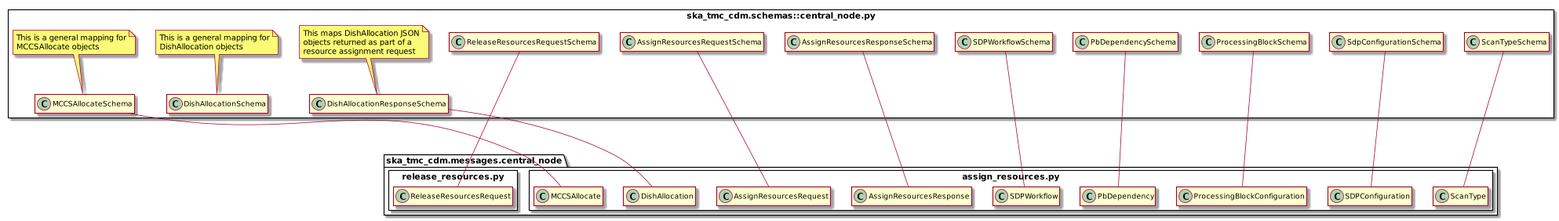
Above: docs/src/developer/schema_cn.png in ska-telescope/cdm-shared-library (PlantUML), before the change.
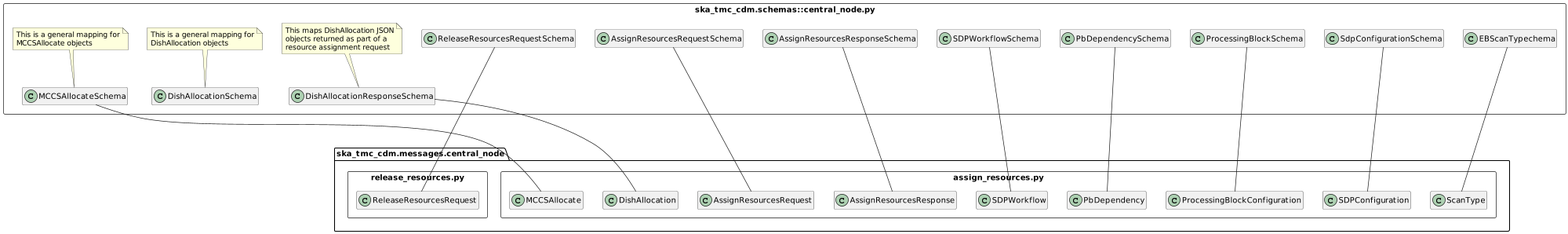
After the change.

The edit, as a diff of the source:
```diff
@@ -32,7 +32,7 @@
 			resource assignment request
 		end note
 
-        class ScanTypeSchema
+        class EBScanTypechema
 	}
 }
 
@@ -58,12 +58,10 @@
 AssignResourcesRequestSchema --- AssignResourcesRequest
 AssignResourcesResponseSchema --- AssignResourcesResponse
 ReleaseResourcesRequestSchema --- ReleaseResourcesRequest
-ScanTypeSchema --- ScanType
+EBScanTypechema --- ScanType
 SDPWorkflowSchema --- SDPWorkflow
 PbDependencySchema --- PbDependency
 ProcessingBlockSchema --- ProcessingBlockConfiguration
 SdpConfigurationSchema --- SDPConfiguration
 MCCSAllocateSchema --- MCCSAllocate
-
-
 @enduml
```
